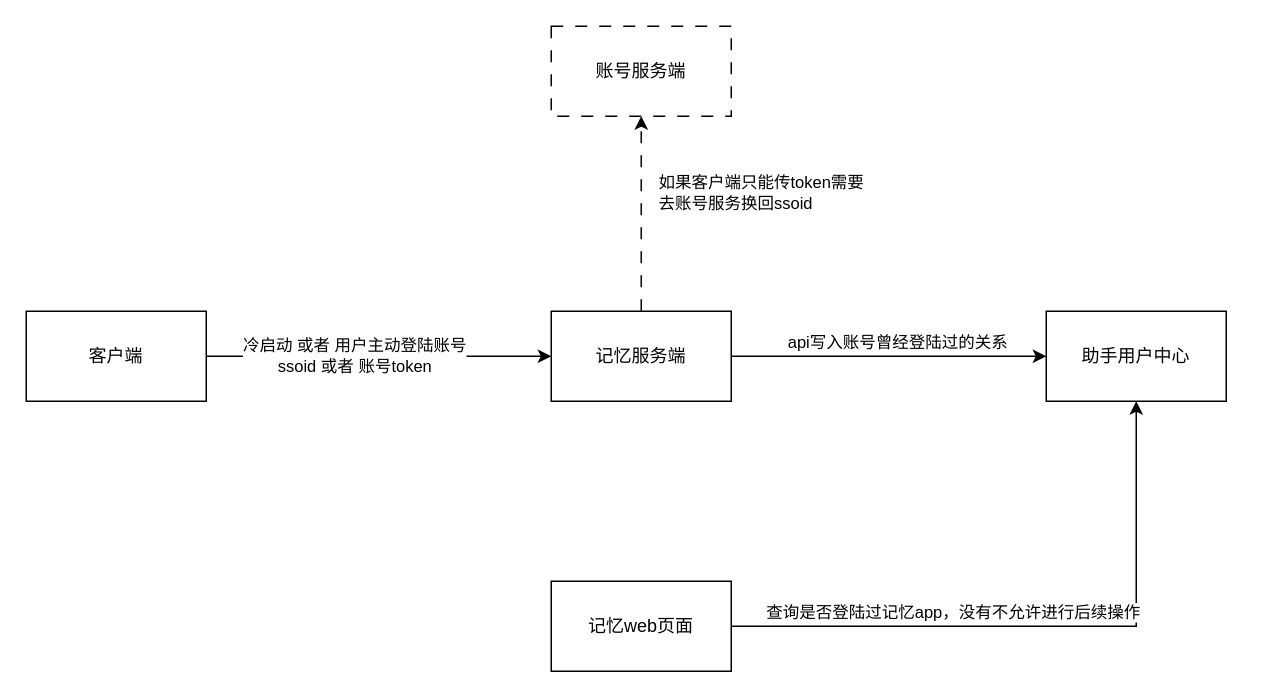
jingb/pythonRepo keeps this draw.io diagram as web版记忆需要用户是否登陆过的接口.drawio. Above is the earlier version. Source tidied: cells renumbered, new cells numbered last; positions are measured from the earlier drawing's top-left corner, leaving out a move shared by most shapes. Both pictures are drawn from the tidied source at 150%, with x=0, y=0 at pixel (26, 26).
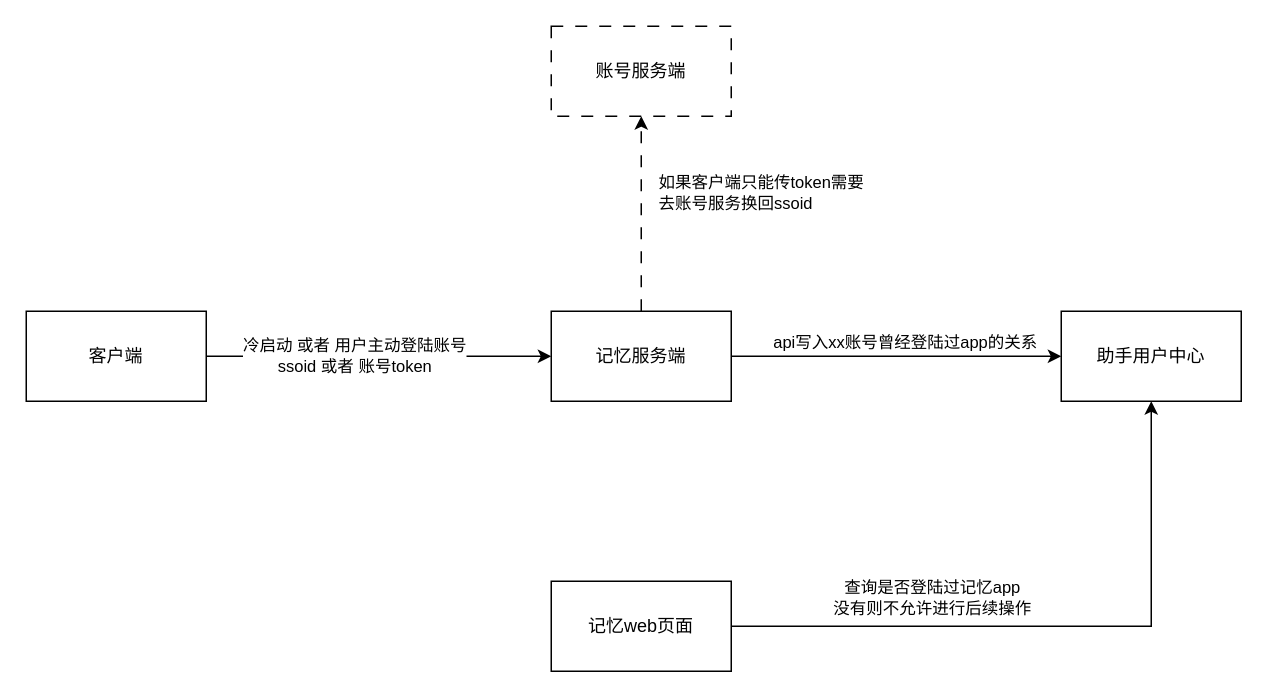
The same diagram, later.

Commit message:
更新web版记忆需要用户是否登陆过的接口.drawio

Diff of the diagram source:
```diff
@@
 <mxGraphModel>
   <root>
     <mxCell id="0" />
     <mxCell id="1" parent="0" />
     <mxCell id="2" style="edgeStyle=orthogonalEdgeStyle;rounded=0;jettySize=auto;html=1;exitX=1;exitY=0.5;exitDx=0;exitDy=0;entryX=0;entryY=0.5;entryDx=0;entryDy=0;" parent="1" edge="1" source="4" target="9">
       <mxGeometry relative="1" as="geometry" />
     </mxCell>
     <mxCell id="3" value="冷启动 或者 用户主动登陆账号&lt;br&gt;ssoid 或者 账号token" style="edgeLabel;html=1;align=center;verticalAlign=middle;" parent="2" vertex="1">
       <mxGeometry x="-0.15" y="1" relative="1" as="geometry" />
     </mxCell>
     <mxCell id="4" value="客户端" style="rounded=0;whiteSpace=wrap;html=1;" parent="1" vertex="1">
       <mxGeometry y="190" width="120" height="60" as="geometry" />
     </mxCell>
     <mxCell id="5" style="edgeStyle=orthogonalEdgeStyle;rounded=0;jettySize=auto;html=1;exitX=1;exitY=0.5;exitDx=0;exitDy=0;entryX=0;entryY=0.5;entryDx=0;entryDy=0;" parent="1" edge="1" source="9" target="10">
       <mxGeometry relative="1" as="geometry" />
     </mxCell>
-    <mxCell id="6" value="api写入账号曾经登陆过的关系" style="edgeLabel;html=1;align=center;verticalAlign=middle;" parent="5" vertex="1">
+    <mxCell id="6" value="api写入xx账号曾经登陆过app的关系" style="edgeLabel;html=1;align=center;verticalAlign=middle;" parent="5" vertex="1">
       <mxGeometry x="0.12" y="-3" relative="1" as="geometry">
         <mxPoint x="-8" y="-13" as="offset" />
       </mxGeometry>
     </mxCell>
     <mxCell id="7" style="edgeStyle=orthogonalEdgeStyle;rounded=0;jettySize=auto;html=1;exitX=0.5;exitY=0;exitDx=0;exitDy=0;entryX=0.5;entryY=1;entryDx=0;entryDy=0;dashed=1;dashPattern=8 8;" parent="1" edge="1" source="9" target="14">
       <mxGeometry relative="1" as="geometry" />
     </mxCell>
     <mxCell id="8" value="如果客户端只能传token需要&lt;br&gt;去账号服务换回ssoid" style="edgeLabel;html=1;align=left;verticalAlign=middle;" parent="7" vertex="1">
       <mxGeometry x="0.23" y="3" relative="1" as="geometry">
         <mxPoint x="13" as="offset" />
       </mxGeometry>
     </mxCell>
     <mxCell id="9" value="记忆服务端" style="rounded=0;whiteSpace=wrap;html=1;" parent="1" vertex="1">
       <mxGeometry x="350" y="190" width="120" height="60" as="geometry" />
     </mxCell>
     <mxCell id="10" value="助手用户中心" style="rounded=0;whiteSpace=wrap;html=1;" parent="1" vertex="1">
-      <mxGeometry x="680" y="190" width="120" height="60" as="geometry" />
+      <mxGeometry x="690" y="190" width="120" height="60" as="geometry" />
     </mxCell>
     <mxCell id="11" style="edgeStyle=orthogonalEdgeStyle;rounded=0;jettySize=auto;html=1;exitX=1;exitY=0.5;exitDx=0;exitDy=0;entryX=0.5;entryY=1;entryDx=0;entryDy=0;" parent="1" edge="1" source="13" target="10">
       <mxGeometry relative="1" as="geometry" />
     </mxCell>
-    <mxCell id="12" value="查询是否登陆过记忆app，没有不允许进行后续操作" style="edgeLabel;html=1;align=center;verticalAlign=middle;" parent="11" vertex="1">
+    <mxCell id="12" value="查询是否登陆过记忆app&lt;br&gt;没有则不允许进行后续操作" style="edgeLabel;html=1;align=center;verticalAlign=middle;" parent="11" vertex="1">
       <mxGeometry x="-0.48" y="-2" relative="1" as="geometry">
-        <mxPoint x="38" y="-12" as="offset" />
+        <mxPoint x="21" y="-22" as="offset" />
       </mxGeometry>
     </mxCell>
     <mxCell id="13" value="记忆web页面" style="rounded=0;whiteSpace=wrap;html=1;" parent="1" vertex="1">
       <mxGeometry x="350" y="370" width="120" height="60" as="geometry" />
     </mxCell>
     <mxCell id="14" value="账号服务端" style="rounded=0;whiteSpace=wrap;html=1;dashed=1;dashPattern=8 8;" parent="1" vertex="1">
       <mxGeometry x="350" width="120" height="60" as="geometry" />
     </mxCell>
   </root>
 </mxGraphModel>
```
